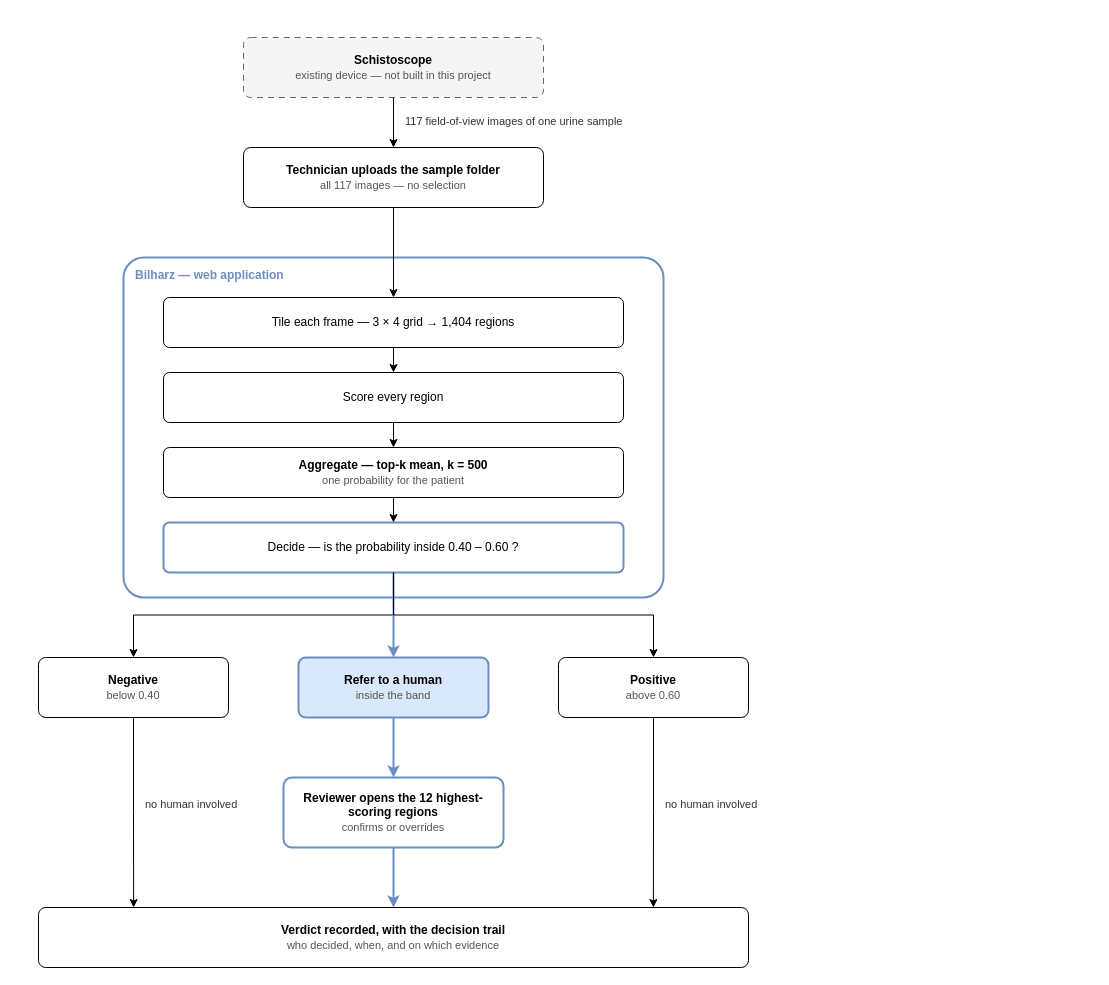
Glorycodess/bilharz keeps this draw.io diagram as figures/bilharz-architecture.drawio. Above is the earlier version. Source tidied: cells renumbered, new cells numbered last; positions are measured from the earlier drawing's top-left corner, leaving out a move shared by most shapes. Both pictures are drawn from the tidied source at 100%, with x=0, y=0 at pixel (38, 37).
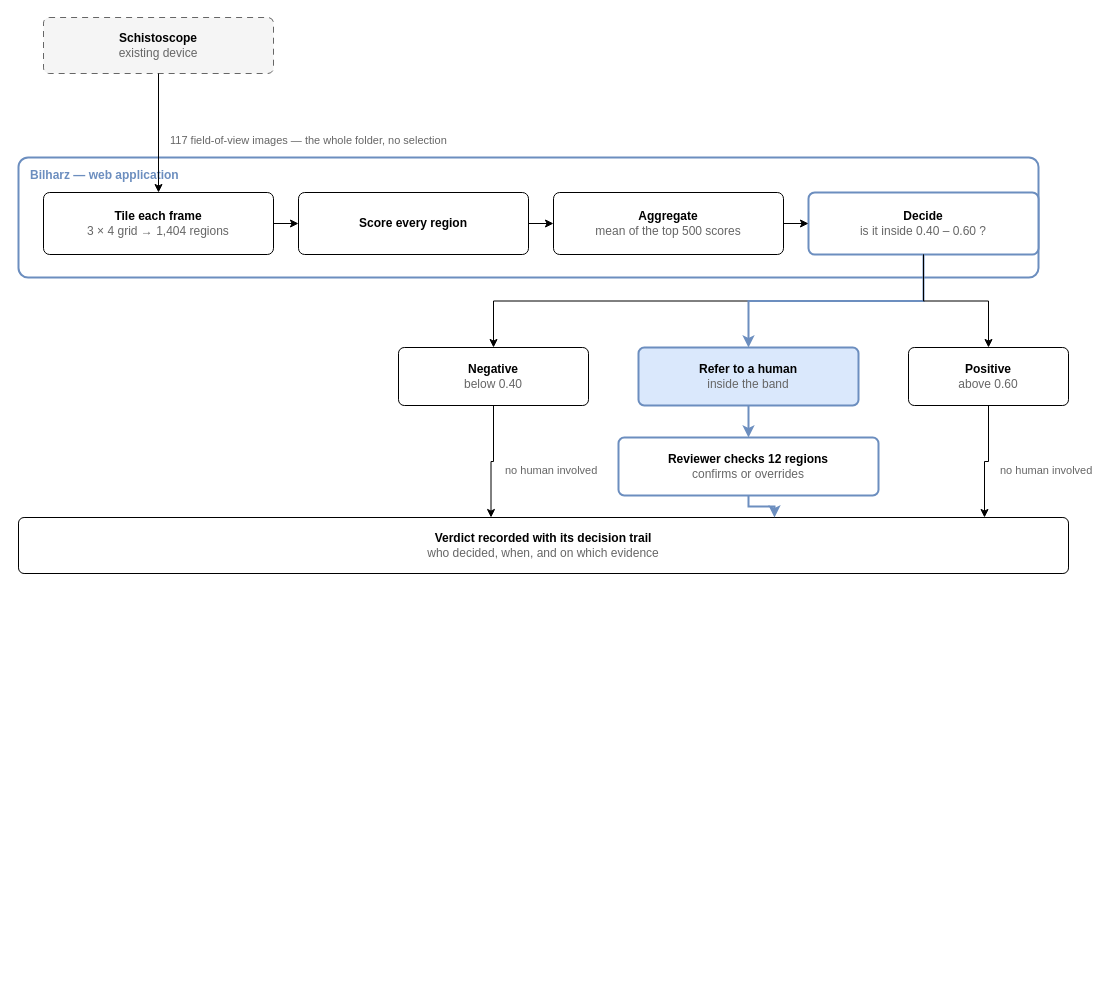
After the change.

Commit message (it also covers changes not shown here):
Rework architecture diagram, expand disease description, restructure limitations

What changed in the source:
```diff
@@
-    <mxCell id="2" value="Bilharz — web application" style="rounded=1;arcSize=6;whiteSpace=wrap;html=1;fillColor=none;strokeColor=#6C8EBF;strokeWidth=2;verticalAlign=top;align=left;spacingLeft=10;spacingTop=4;fontSize=12;fontStyle=1;fontColor=#6C8EBF;" parent="1" vertex="1">
-      <mxGeometry x="85" y="220" width="540" height="340" as="geometry" />
+    <mxCell id="2" value="Bilharz — web application" style="rounded=1;arcSize=8;whiteSpace=wrap;html=1;fillColor=none;strokeColor=#6C8EBF;strokeWidth=2;verticalAlign=top;align=left;spacingLeft=10;spacingTop=4;fontSize=12;fontStyle=1;fontColor=#6C8EBF;" parent="1" vertex="1">
+      <mxGeometry x="-20" y="120" width="1020" height="120" as="geometry" />
     </mxCell>
-    <mxCell id="3" value="&lt;b&gt;Schistoscope&lt;/b&gt;&lt;br&gt;&lt;font color=&quot;#555555&quot; style=&quot;font-size: 11px;&quot;&gt;existing device — not built in this project&lt;/font&gt;" style="rounded=1;arcSize=12;whiteSpace=wrap;html=1;fillColor=#f5f5f5;strokeColor=#666666;fontSize=12;dashed=1;dashPattern=6 5;" parent="1" vertex="1">
-      <mxGeometry x="205" width="300" height="60" as="geometry" />
+    <mxCell id="3" value="&lt;b&gt;Schistoscope&lt;/b&gt;&lt;br&gt;&lt;font color=&quot;#666666&quot;&gt;existing device&lt;/font&gt;" style="rounded=1;arcSize=10;whiteSpace=wrap;html=1;fillColor=#f5f5f5;strokeColor=#666666;fontSize=12;dashed=1;dashPattern=6 5;" parent="1" vertex="1">
+      <mxGeometry x="5" y="-20" width="230" height="56" as="geometry" />
     </mxCell>
-    <mxCell id="4" value="&lt;b&gt;Technician uploads the sample folder&lt;/b&gt;&lt;br&gt;&lt;font color=&quot;#555555&quot; style=&quot;font-size: 11px;&quot;&gt;all 117 images — no selection&lt;/font&gt;" style="rounded=1;arcSize=12;whiteSpace=wrap;html=1;fillColor=#ffffff;strokeColor=#000000;fontSize=12;" parent="1" vertex="1">
-      <mxGeometry x="205" y="110" width="300" height="60" as="geometry" />
-    </mxCell>
-    <mxCell id="5" value="Tile each frame — 3 × 4 grid → 1,404 regions" style="rounded=1;arcSize=12;whiteSpace=wrap;html=1;fillColor=#ffffff;strokeColor=#000000;fontSize=12;" parent="1" vertex="1">
-      <mxGeometry x="125" y="260" width="460" height="50" as="geometry" />
+    <mxCell id="5" value="&lt;b&gt;Tile each frame&lt;/b&gt;&lt;br&gt;&lt;font color=&quot;#666666&quot;&gt;3 × 4 grid → 1,404 regions&lt;/font&gt;" style="rounded=1;arcSize=10;whiteSpace=wrap;html=1;fillColor=#ffffff;strokeColor=#000000;fontSize=12;" parent="1" vertex="1">
+      <mxGeometry x="5" y="155" width="230" height="62" as="geometry" />
     </mxCell>
-    <mxCell id="6" value="Score every region" style="rounded=1;arcSize=12;whiteSpace=wrap;html=1;fillColor=#ffffff;strokeColor=#000000;fontSize=12;" parent="1" vertex="1">
-      <mxGeometry x="125" y="335" width="460" height="50" as="geometry" />
+    <mxCell id="6" value="&lt;b&gt;Score every region&lt;/b&gt;" style="rounded=1;arcSize=10;whiteSpace=wrap;html=1;fillColor=#ffffff;strokeColor=#000000;fontSize=12;" parent="1" vertex="1">
+      <mxGeometry x="260" y="155" width="230" height="62" as="geometry" />
     </mxCell>
-    <mxCell id="7" value="&lt;b&gt;Aggregate — top-k mean, k = 500&lt;/b&gt;&lt;br&gt;&lt;font color=&quot;#555555&quot; style=&quot;font-size: 11px;&quot;&gt;one probability for the patient&lt;/font&gt;" style="rounded=1;arcSize=12;whiteSpace=wrap;html=1;fillColor=#ffffff;strokeColor=#000000;fontSize=12;" parent="1" vertex="1">
-      <mxGeometry x="125" y="410" width="460" height="50" as="geometry" />
+    <mxCell id="7" value="&lt;b&gt;Aggregate&lt;/b&gt;&lt;br&gt;&lt;font color=&quot;#666666&quot;&gt;mean of the top 500 scores&lt;/font&gt;" style="rounded=1;arcSize=10;whiteSpace=wrap;html=1;fillColor=#ffffff;strokeColor=#000000;fontSize=12;" parent="1" vertex="1">
+      <mxGeometry x="515" y="155" width="230" height="62" as="geometry" />
     </mxCell>
-    <mxCell id="8" value="Decide — is the probability inside 0.40 – 0.60 ?" style="rounded=1;arcSize=12;whiteSpace=wrap;html=1;fillColor=#ffffff;strokeColor=#6c8ebf;fontSize=12;strokeWidth=2;" parent="1" vertex="1">
-      <mxGeometry x="125" y="485" width="460" height="50" as="geometry" />
+    <mxCell id="8" value="&lt;b&gt;Decide&lt;/b&gt;&lt;br&gt;&lt;font color=&quot;#666666&quot;&gt;is it inside 0.40 – 0.60 ?&lt;/font&gt;" style="rounded=1;arcSize=10;whiteSpace=wrap;html=1;fillColor=#ffffff;strokeColor=#6c8ebf;fontSize=12;strokeWidth=2;" parent="1" vertex="1">
+      <mxGeometry x="770" y="155" width="230" height="62" as="geometry" />
     </mxCell>
-    <mxCell id="9" value="&lt;b&gt;Negative&lt;/b&gt;&lt;br&gt;&lt;font color=&quot;#555555&quot; style=&quot;font-size: 11px;&quot;&gt;below 0.40&lt;/font&gt;" style="rounded=1;arcSize=12;whiteSpace=wrap;html=1;fillColor=#ffffff;strokeColor=#000000;fontSize=12;" parent="1" vertex="1">
-      <mxGeometry y="620" width="190" height="60" as="geometry" />
+    <mxCell id="9" value="&lt;b&gt;Negative&lt;/b&gt;&lt;br&gt;&lt;font color=&quot;#666666&quot;&gt;below 0.40&lt;/font&gt;" style="rounded=1;arcSize=10;whiteSpace=wrap;html=1;fillColor=#ffffff;strokeColor=#000000;fontSize=12;" parent="1" vertex="1">
+      <mxGeometry x="360" y="310" width="190" height="58" as="geometry" />
     </mxCell>
-    <mxCell id="10" value="&lt;b&gt;Refer to a human&lt;/b&gt;&lt;br&gt;&lt;font color=&quot;#555555&quot; style=&quot;font-size: 11px;&quot;&gt;inside the band&lt;/font&gt;" style="rounded=1;arcSize=12;whiteSpace=wrap;html=1;fillColor=#dae8fc;strokeColor=#6c8ebf;fontSize=12;strokeWidth=2;" parent="1" vertex="1">
-      <mxGeometry x="260" y="620" width="190" height="60" as="geometry" />
+    <mxCell id="10" value="&lt;b&gt;Refer to a human&lt;/b&gt;&lt;br&gt;&lt;font color=&quot;#666666&quot;&gt;inside the band&lt;/font&gt;" style="rounded=1;arcSize=10;whiteSpace=wrap;html=1;fillColor=#dae8fc;strokeColor=#6c8ebf;fontSize=12;strokeWidth=2;" parent="1" vertex="1">
+      <mxGeometry x="600" y="310" width="220" height="58" as="geometry" />
     </mxCell>
-    <mxCell id="11" value="&lt;b&gt;Positive&lt;/b&gt;&lt;br&gt;&lt;font color=&quot;#555555&quot; style=&quot;font-size: 11px;&quot;&gt;above 0.60&lt;/font&gt;" style="rounded=1;arcSize=12;whiteSpace=wrap;html=1;fillColor=#ffffff;strokeColor=#000000;fontSize=12;" parent="1" vertex="1">
-      <mxGeometry x="520" y="620" width="190" height="60" as="geometry" />
+    <mxCell id="11" value="&lt;b&gt;Positive&lt;/b&gt;&lt;br&gt;&lt;font color=&quot;#666666&quot;&gt;above 0.60&lt;/font&gt;" style="rounded=1;arcSize=10;whiteSpace=wrap;html=1;fillColor=#ffffff;strokeColor=#000000;fontSize=12;" parent="1" vertex="1">
+      <mxGeometry x="870" y="310" width="160" height="58" as="geometry" />
     </mxCell>
-    <mxCell id="12" value="&lt;b&gt;Reviewer opens the 12 highest-scoring regions&lt;/b&gt;&lt;br&gt;&lt;font color=&quot;#555555&quot; style=&quot;font-size: 11px;&quot;&gt;confirms or overrides&lt;/font&gt;" style="rounded=1;arcSize=12;whiteSpace=wrap;html=1;fillColor=#ffffff;strokeColor=#6c8ebf;fontSize=12;strokeWidth=2;" parent="1" vertex="1">
-      <mxGeometry x="245" y="740" width="220" height="70" as="geometry" />
+    <mxCell id="12" value="&lt;b&gt;Reviewer checks 12 regions&lt;/b&gt;&lt;br&gt;&lt;font color=&quot;#666666&quot;&gt;confirms or overrides&lt;/font&gt;" style="rounded=1;arcSize=10;whiteSpace=wrap;html=1;fillColor=#ffffff;strokeColor=#6c8ebf;fontSize=12;strokeWidth=2;" parent="1" vertex="1">
+      <mxGeometry x="580" y="400" width="260" height="58" as="geometry" />
     </mxCell>
-    <mxCell id="13" value="&lt;b&gt;Verdict recorded, with the decision trail&lt;/b&gt;&lt;br&gt;&lt;font color=&quot;#555555&quot; style=&quot;font-size: 11px;&quot;&gt;who decided, when, and on which evidence&lt;/font&gt;" style="rounded=1;arcSize=12;whiteSpace=wrap;html=1;fillColor=#ffffff;strokeColor=#000000;fontSize=12;" parent="1" vertex="1">
-      <mxGeometry y="870" width="710" height="60" as="geometry" />
+    <mxCell id="13" value="&lt;b&gt;Verdict recorded with its decision trail&lt;/b&gt;&lt;br&gt;&lt;font color=&quot;#666666&quot;&gt;who decided, when, and on which evidence&lt;/font&gt;" style="rounded=1;arcSize=10;whiteSpace=wrap;html=1;fillColor=#ffffff;strokeColor=#000000;fontSize=12;" parent="1" vertex="1">
+      <mxGeometry x="-20" y="480" width="1050" height="56" as="geometry" />
     </mxCell>
-    <mxCell id="14" style="edgeStyle=orthogonalEdgeStyle;rounded=0;html=1;exitX=0.5;exitY=1;entryX=0.5;entryY=0;strokeColor=#000000;endArrow=classic;" parent="1" edge="1" source="3" target="4">
+    <mxCell id="14" style="edgeStyle=orthogonalEdgeStyle;rounded=0;html=1;exitX=0.5;exitY=1;entryX=0.5;entryY=0;strokeColor=#000000;endArrow=classic;" parent="1" edge="1" source="3" target="5">
       <mxGeometry relative="1" as="geometry" />
     </mxCell>
-    <mxCell id="15" value="117 field-of-view images of one urine sample" style="edgeLabel;html=1;align=left;verticalAlign=middle;fontSize=11;fontColor=#333333;" parent="14" vertex="1">
+    <mxCell id="15" value="117 field-of-view images — the whole folder, no selection" style="edgeLabel;html=1;align=left;fontSize=11;fontColor=#666666;" parent="14" vertex="1">
       <mxGeometry x="-0.1" relative="1" as="geometry">
         <mxPoint x="10" as="offset" />
       </mxGeometry>
     </mxCell>
-    <mxCell id="16" style="edgeStyle=orthogonalEdgeStyle;rounded=0;html=1;exitX=0.5;exitY=1;entryX=0.5;entryY=0;strokeColor=#000000;endArrow=classic;" parent="1" edge="1" source="4" target="5">
+    <mxCell id="16" style="edgeStyle=orthogonalEdgeStyle;rounded=0;html=1;exitX=1;exitY=0.5;entryX=0;entryY=0.5;strokeColor=#000000;endArrow=classic;" parent="1" edge="1" source="5" target="6">
       <mxGeometry relative="1" as="geometry" />
     </mxCell>
-    <mxCell id="17" style="edgeStyle=orthogonalEdgeStyle;rounded=0;html=1;exitX=0.5;exitY=1;entryX=0.5;entryY=0;strokeColor=#000000;endArrow=classic;" parent="1" edge="1" source="5" target="6">
+    <mxCell id="17" style="edgeStyle=orthogonalEdgeStyle;rounded=0;html=1;exitX=1;exitY=0.5;entryX=0;entryY=0.5;strokeColor=#000000;endArrow=classic;" parent="1" edge="1" source="6" target="7">
       <mxGeometry relative="1" as="geometry" />
     </mxCell>
-    <mxCell id="18" style="edgeStyle=orthogonalEdgeStyle;rounded=0;html=1;exitX=0.5;exitY=1;entryX=0.5;entryY=0;strokeColor=#000000;endArrow=classic;" parent="1" edge="1" source="6" target="7">
+    <mxCell id="18" style="edgeStyle=orthogonalEdgeStyle;rounded=0;html=1;exitX=1;exitY=0.5;entryX=0;entryY=0.5;strokeColor=#000000;endArrow=classic;" parent="1" edge="1" source="7" target="8">
       <mxGeometry relative="1" as="geometry" />
     </mxCell>
-    <mxCell id="19" style="edgeStyle=orthogonalEdgeStyle;rounded=0;html=1;exitX=0.5;exitY=1;entryX=0.5;entryY=0;strokeColor=#000000;endArrow=classic;" parent="1" edge="1" source="7" target="8">
+    <mxCell id="19" style="edgeStyle=orthogonalEdgeStyle;rounded=0;html=1;exitX=0.5;exitY=1;entryX=0.5;entryY=0;strokeColor=#000000;endArrow=classic;" parent="1" edge="1" source="8" target="9">
       <mxGeometry relative="1" as="geometry" />
     </mxCell>
-    <mxCell id="20" style="edgeStyle=orthogonalEdgeStyle;rounded=0;html=1;exitX=0.5;exitY=1;entryX=0.5;entryY=0;strokeColor=#000000;endArrow=classic;" parent="1" edge="1" source="8" target="9">
+    <mxCell id="20" style="edgeStyle=orthogonalEdgeStyle;rounded=0;html=1;exitX=0.5;exitY=1;entryX=0.5;entryY=0;strokeColor=#6C8EBF;strokeWidth=2;endArrow=classic;" parent="1" edge="1" source="8" target="10">
       <mxGeometry relative="1" as="geometry" />
     </mxCell>
-    <mxCell id="21" style="edgeStyle=orthogonalEdgeStyle;rounded=0;html=1;exitX=0.5;exitY=1;entryX=0.5;entryY=0;strokeColor=#6C8EBF;strokeWidth=2;endArrow=classic;" parent="1" edge="1" source="8" target="10">
+    <mxCell id="21" style="edgeStyle=orthogonalEdgeStyle;rounded=0;html=1;exitX=0.5;exitY=1;entryX=0.5;entryY=0;strokeColor=#000000;endArrow=classic;" parent="1" edge="1" source="8" target="11">
       <mxGeometry relative="1" as="geometry" />
     </mxCell>
-    <mxCell id="22" style="edgeStyle=orthogonalEdgeStyle;rounded=0;html=1;exitX=0.5;exitY=1;entryX=0.5;entryY=0;strokeColor=#000000;endArrow=classic;" parent="1" edge="1" source="8" target="11">
+    <mxCell id="22" style="edgeStyle=orthogonalEdgeStyle;rounded=0;html=1;exitX=0.5;exitY=1;entryX=0.5;entryY=0;strokeColor=#6C8EBF;strokeWidth=2;endArrow=classic;" parent="1" edge="1" source="10" target="12">
       <mxGeometry relative="1" as="geometry" />
     </mxCell>
-    <mxCell id="23" style="edgeStyle=orthogonalEdgeStyle;rounded=0;html=1;exitX=0.5;exitY=1;entryX=0.5;entryY=0;strokeColor=#6C8EBF;strokeWidth=2;endArrow=classic;" parent="1" edge="1" source="10" target="12">
+    <mxCell id="23" style="edgeStyle=orthogonalEdgeStyle;rounded=0;html=1;exitX=0.5;exitY=1;entryX=0.72;entryY=0;strokeColor=#6C8EBF;strokeWidth=2;endArrow=classic;" parent="1" edge="1" source="12" target="13">
       <mxGeometry relative="1" as="geometry" />
     </mxCell>
-    <mxCell id="24" style="edgeStyle=orthogonalEdgeStyle;rounded=0;html=1;exitX=0.5;exitY=1;entryX=0.5;entryY=0;strokeColor=#6C8EBF;strokeWidth=2;endArrow=classic;" parent="1" edge="1" source="12" target="13">
+    <mxCell id="24" style="edgeStyle=orthogonalEdgeStyle;rounded=0;html=1;exitX=0.5;exitY=1;entryX=0.45;entryY=0;strokeColor=#000000;endArrow=classic;" parent="1" edge="1" source="9" target="13">
       <mxGeometry relative="1" as="geometry" />
     </mxCell>
+    <mxCell id="28" value="no human involved" style="edgeLabel;html=1;align=left;fontSize=11;fontColor=#666666;" parent="24" vertex="1">
+      <mxGeometry x="-0.1" relative="1" as="geometry">
+        <mxPoint x="10" as="offset" />
+      </mxGeometry>
+    </mxCell>
-    <mxCell id="25" style="edgeStyle=orthogonalEdgeStyle;rounded=0;html=1;exitX=0.5;exitY=1;entryX=0.134;entryY=0;strokeColor=#000000;endArrow=classic;" parent="1" edge="1" source="9" target="13">
+    <mxCell id="25" style="edgeStyle=orthogonalEdgeStyle;rounded=0;html=1;exitX=0.5;exitY=1;entryX=0.92;entryY=0;strokeColor=#000000;endArrow=classic;" parent="1" edge="1" source="11" target="13">
       <mxGeometry relative="1" as="geometry" />
     </mxCell>
-    <mxCell id="26" value="no human involved" style="edgeLabel;html=1;align=left;verticalAlign=middle;fontSize=11;fontColor=#333333;" parent="25" vertex="1">
+    <mxCell id="26" value="no human involved" style="edgeLabel;html=1;align=left;fontSize=11;fontColor=#666666;" parent="25" vertex="1">
       <mxGeometry x="-0.1" relative="1" as="geometry">
         <mxPoint x="10" as="offset" />
       </mxGeometry>
     </mxCell>
-    <mxCell id="27" style="edgeStyle=orthogonalEdgeStyle;rounded=0;html=1;exitX=0.5;exitY=1;entryX=0.866;entryY=0;strokeColor=#000000;endArrow=classic;" parent="1" edge="1" source="11" target="13">
-      <mxGeometry relative="1" as="geometry" />
-    </mxCell>
-    <mxCell id="28" value="no human involved" style="edgeLabel;html=1;align=left;verticalAlign=middle;fontSize=11;fontColor=#333333;" parent="27" vertex="1">
-      <mxGeometry x="-0.1" relative="1" as="geometry">
-        <mxPoint x="10" as="offset" />
-      </mxGeometry>
-    </mxCell>
```
